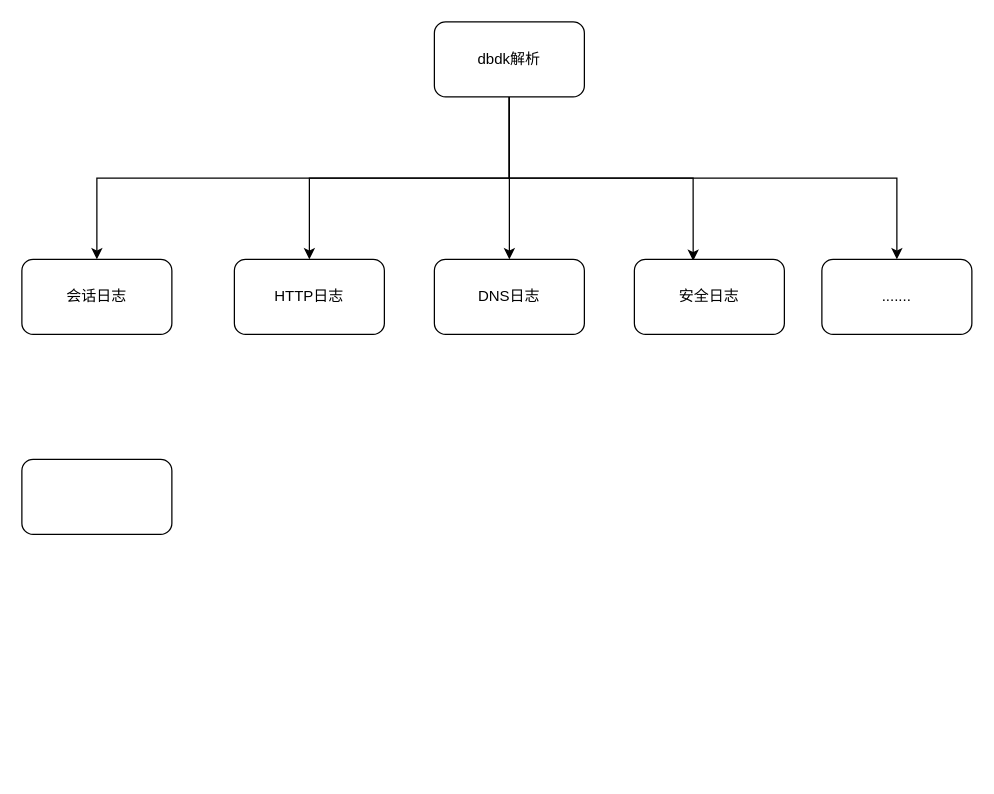
aodiwei/data keeps this draw.io diagram as 未命名绘图.drawio. Above is the earlier version. Source tidied: cells renumbered, new cells numbered last; positions are measured from the earlier drawing's top-left corner, leaving out a move shared by most shapes. Both pictures are drawn from the tidied source at 125%, with x=0, y=0 at pixel (21, 21).
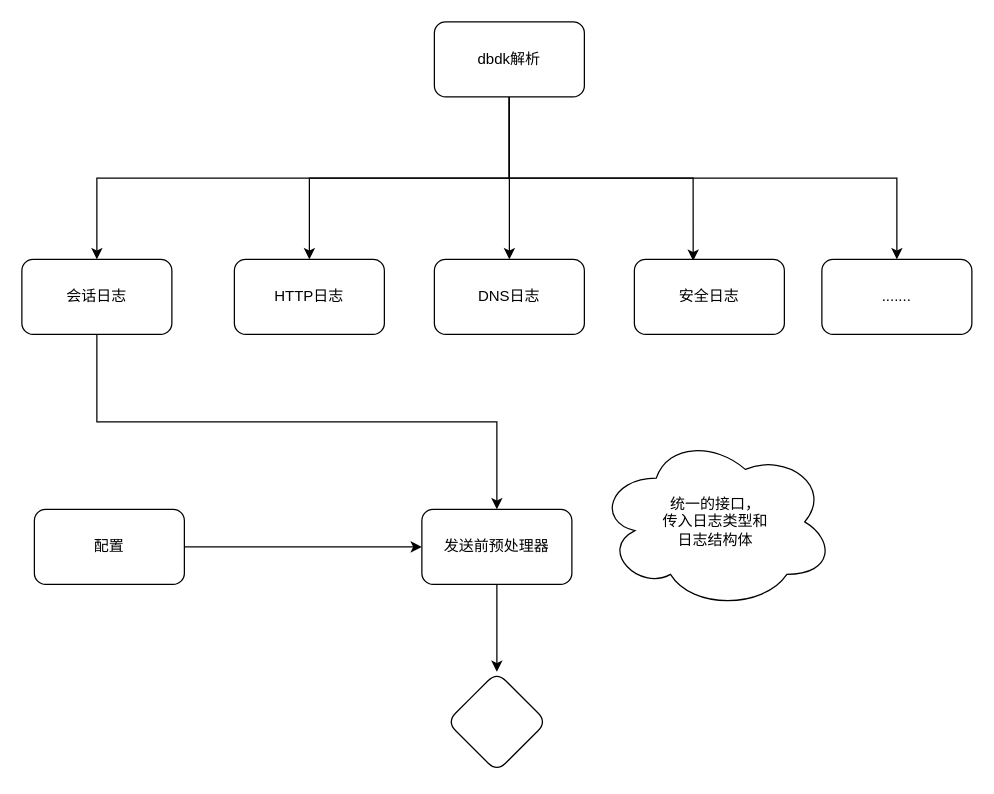
The same diagram, later.

Change to the diagram source:
```diff
@@
 <mxGraphModel>
   <root>
     <mxCell id="0" />
     <mxCell id="1" parent="0" />
     <mxCell id="2" value="HTTP日志" style="rounded=1;whiteSpace=wrap;html=1;" parent="1" vertex="1">
       <mxGeometry x="170" y="190" width="120" height="60" as="geometry" />
     </mxCell>
     <mxCell id="3" value="DNS日志" style="rounded=1;whiteSpace=wrap;html=1;" parent="1" vertex="1">
       <mxGeometry x="330" y="190" width="120" height="60" as="geometry" />
     </mxCell>
+    <mxCell id="14" style="edgeStyle=orthogonalEdgeStyle;rounded=0;jettySize=auto;html=1;exitX=0.5;exitY=1;exitDx=0;exitDy=0;entryX=0.5;entryY=0;entryDx=0;entryDy=0;" parent="1" edge="1" source="4" target="17">
+      <mxGeometry relative="1" as="geometry" />
+    </mxCell>
     <mxCell id="4" value="会话日志" style="rounded=1;whiteSpace=wrap;html=1;" parent="1" vertex="1">
       <mxGeometry y="190" width="120" height="60" as="geometry" />
     </mxCell>
     <mxCell id="5" style="edgeStyle=orthogonalEdgeStyle;rounded=0;jettySize=auto;html=1;exitX=0.5;exitY=1;exitDx=0;exitDy=0;entryX=0.5;entryY=0;entryDx=0;entryDy=0;" parent="1" edge="1" source="10" target="4">
       <mxGeometry relative="1" as="geometry" />
     </mxCell>
     <mxCell id="6" style="edgeStyle=orthogonalEdgeStyle;rounded=0;jettySize=auto;html=1;exitX=0.5;exitY=1;exitDx=0;exitDy=0;" parent="1" edge="1" source="10" target="2">
       <mxGeometry relative="1" as="geometry" />
     </mxCell>
     <mxCell id="7" style="edgeStyle=orthogonalEdgeStyle;rounded=0;jettySize=auto;html=1;exitX=0.5;exitY=1;exitDx=0;exitDy=0;entryX=0.5;entryY=0;entryDx=0;entryDy=0;" parent="1" edge="1" source="10" target="3">
       <mxGeometry relative="1" as="geometry" />
     </mxCell>
     <mxCell id="8" style="edgeStyle=orthogonalEdgeStyle;rounded=0;jettySize=auto;html=1;exitX=0.5;exitY=1;exitDx=0;exitDy=0;entryX=0.392;entryY=0.019;entryDx=0;entryDy=0;entryPerimeter=0;" parent="1" edge="1" source="10" target="11">
       <mxGeometry relative="1" as="geometry" />
     </mxCell>
     <mxCell id="9" style="edgeStyle=orthogonalEdgeStyle;rounded=0;jettySize=auto;html=1;exitX=0.5;exitY=1;exitDx=0;exitDy=0;entryX=0.5;entryY=0;entryDx=0;entryDy=0;" parent="1" edge="1" source="10" target="12">
       <mxGeometry relative="1" as="geometry" />
     </mxCell>
     <mxCell id="10" value="dbdk解析" style="rounded=1;whiteSpace=wrap;html=1;" parent="1" vertex="1">
       <mxGeometry x="330" width="120" height="60" as="geometry" />
     </mxCell>
     <mxCell id="11" value="安全日志" style="rounded=1;whiteSpace=wrap;html=1;" parent="1" vertex="1">
       <mxGeometry x="490" y="190" width="120" height="60" as="geometry" />
     </mxCell>
     <mxCell id="12" value="......." style="rounded=1;whiteSpace=wrap;html=1;" parent="1" vertex="1">
       <mxGeometry x="640" y="190" width="120" height="60" as="geometry" />
     </mxCell>
+    <mxCell id="15" style="edgeStyle=orthogonalEdgeStyle;rounded=0;jettySize=auto;html=1;exitX=1;exitY=0.5;exitDx=0;exitDy=0;entryX=0;entryY=0.5;entryDx=0;entryDy=0;" parent="1" edge="1" source="13" target="17">
+      <mxGeometry relative="1" as="geometry" />
+    </mxCell>
-    <mxCell id="13" style="rounded=1;whiteSpace=wrap;html=1;" parent="1" vertex="1">
-      <mxGeometry y="350" width="120" height="60" as="geometry" />
+    <mxCell id="13" value="配置" style="rounded=1;whiteSpace=wrap;html=1;" parent="1" vertex="1">
+      <mxGeometry x="10" y="390" width="120" height="60" as="geometry" />
     </mxCell>
+    <mxCell id="16" style="edgeStyle=orthogonalEdgeStyle;rounded=0;jettySize=auto;html=1;" parent="1" edge="1" source="17" target="18">
+      <mxGeometry relative="1" as="geometry" />
+    </mxCell>
+    <mxCell id="17" value="发送前预处理器" style="rounded=1;whiteSpace=wrap;html=1;" parent="1" vertex="1">
+      <mxGeometry x="320" y="390" width="120" height="60" as="geometry" />
+    </mxCell>
+    <mxCell id="18" style="rhombus;whiteSpace=wrap;html=1;rounded=1;" parent="1" vertex="1">
+      <mxGeometry x="340" y="520" width="80" height="80" as="geometry" />
+    </mxCell>
+    <mxCell id="19" value="统一的接口，&lt;br&gt;传入日志类型和&lt;br&gt;日志结构体" style="ellipse;shape=cloud;whiteSpace=wrap;html=1;" parent="1" vertex="1">
+      <mxGeometry x="460" y="330" width="190" height="140" as="geometry" />
+    </mxCell>
   </root>
 </mxGraphModel>
```
